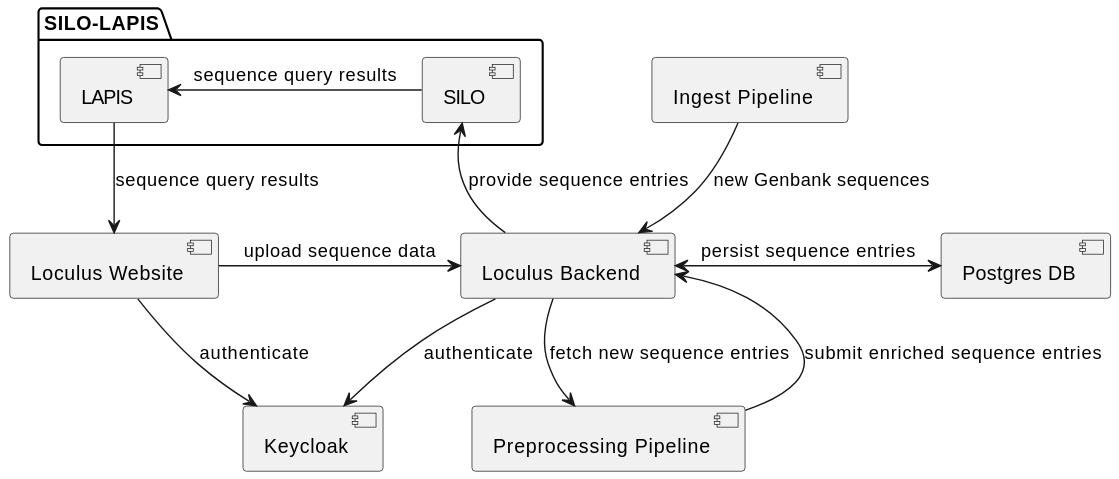
Before: docs/src/content/docs/introduction/architectureOverview.svg, a diagram exported from PlantUML (loculus-project/loculus). The source it was exported from:
```plantuml
@startuml
folder SILO-LAPIS {
    component SILO
    component LAPIS
}

component "Loculus Website" as Website
component "Loculus Backend" as Backend
component "Postgres DB" as Postgres

component "Preprocessing Pipeline" as Preprocessing
component "Ingest Pipeline" as Ingest

component Keycloak

Website --> Keycloak : authenticate
Backend --> Keycloak : authenticate

Website -> Backend : upload sequence data
Backend <-> Postgres : persist sequence entries
Backend --> Preprocessing : fetch new sequence entries
Backend <-- Preprocessing : submit enriched sequence entries
Ingest --> Backend : new Genbank sequences

SILO <-- Backend : provide sequence entries
LAPIS --> Website : sequence query results
LAPIS <- SILO : sequence query results
@enduml
```
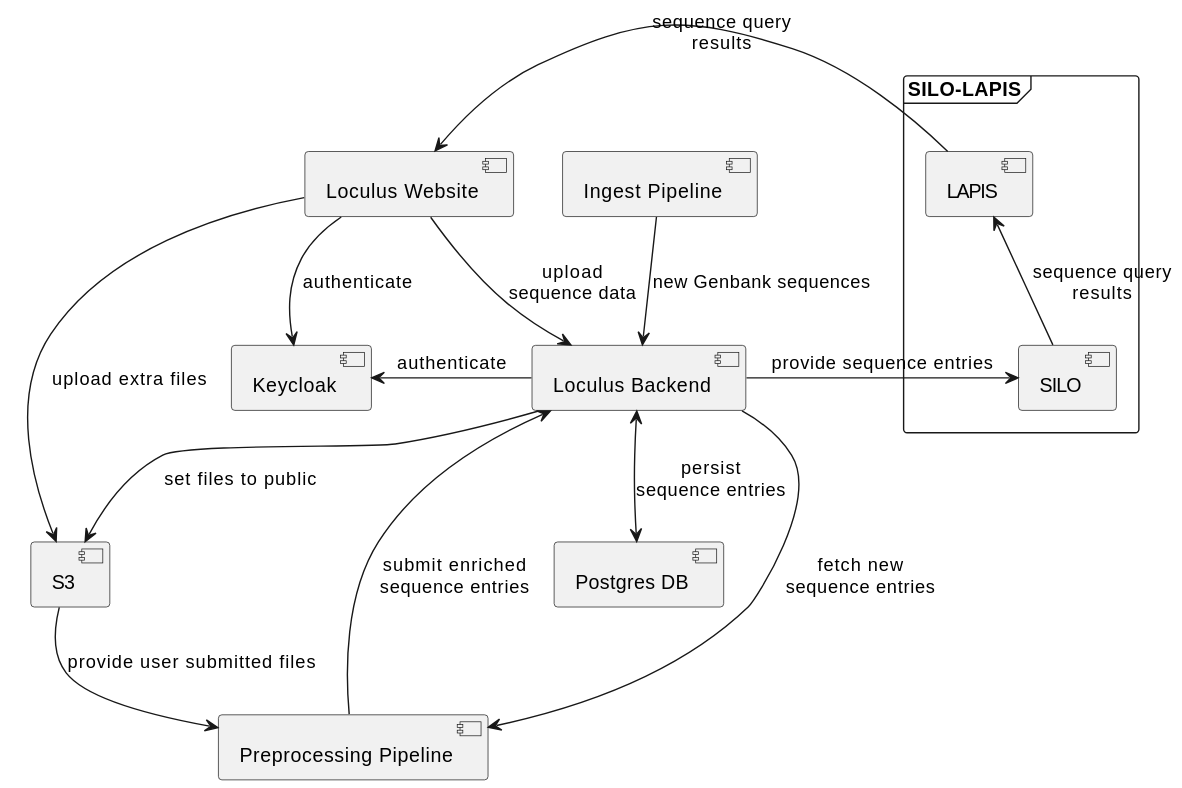
After the commit.

Diff of the diagram source:
```diff
@@ -1,28 +1,37 @@
 @startuml
-folder SILO-LAPIS {
+component "Loculus Website" as Website
+
+together {
+    component "Loculus Backend" as Backend
+    component Keycloak
+}
+
+component "Postgres DB" as Postgres
+component S3
+
+component "Preprocessing Pipeline" as Preprocessing
+component "Ingest Pipeline" as Ingest
+
+
+frame SILO-LAPIS {
     component SILO
     component LAPIS
 }
 
-component "Loculus Website" as Website
-component "Loculus Backend" as Backend
-component "Postgres DB" as Postgres
+Website --> Keycloak : authenticate
+Backend -left-> Keycloak : authenticate
 
-component "Preprocessing Pipeline" as Preprocessing
-component "Ingest Pipeline" as Ingest
-
-component Keycloak
-
-Website --> Keycloak : authenticate
-Backend --> Keycloak : authenticate
-
-Website -> Backend : upload sequence data
-Backend <-> Postgres : persist sequence entries
-Backend --> Preprocessing : fetch new sequence entries
-Backend <-- Preprocessing : submit enriched sequence entries
+Website -down-> Backend : upload\nsequence data
+Backend --> Preprocessing : fetch new\nsequence entries
+Backend <-- Preprocessing : submit enriched\nsequence entries
+Backend <-down-> Postgres : persist\nsequence entries
 Ingest --> Backend : new Genbank sequences
 
-SILO <-- Backend : provide sequence entries
-LAPIS --> Website : sequence query results
-LAPIS <- SILO : sequence query results
+Backend -right-> SILO: provide sequence entries
+LAPIS --> Website : sequence query\nresults
+LAPIS <-down- SILO : sequence query\nresults
+
+Website -> S3: upload extra files
+Backend --> S3: set files to public
+S3 -down-> Preprocessing: provide user submitted files
 @enduml
```
